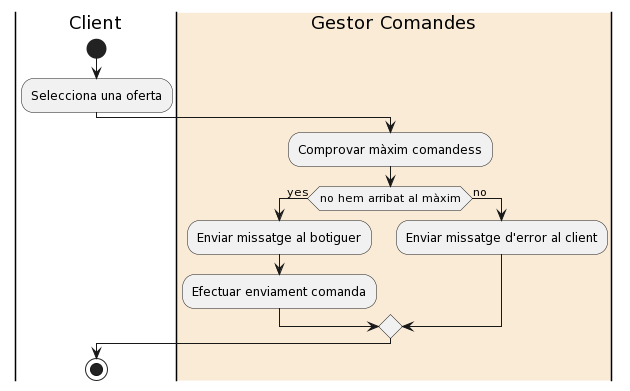
yeray142/es2022uab keeps this PlantUML diagram as diagrams/sprint2_diag_activitats_seleccio_comanda.png. Above is the earlier version. Its diagram source:
```plantuml
@startuml
|Client|
start
:Selecciona una oferta;
|#AntiqueWhite|Gestor Comandes|
:Comprovar màxim comandess;
if (no hem arribat al màxim) then (yes)
  :Enviar missatge al botiguer;
  :Efectuar enviament comanda;
else (no)
  :Enviar missatge d'error al client;
endif
|Client|
stop
@enduml
```
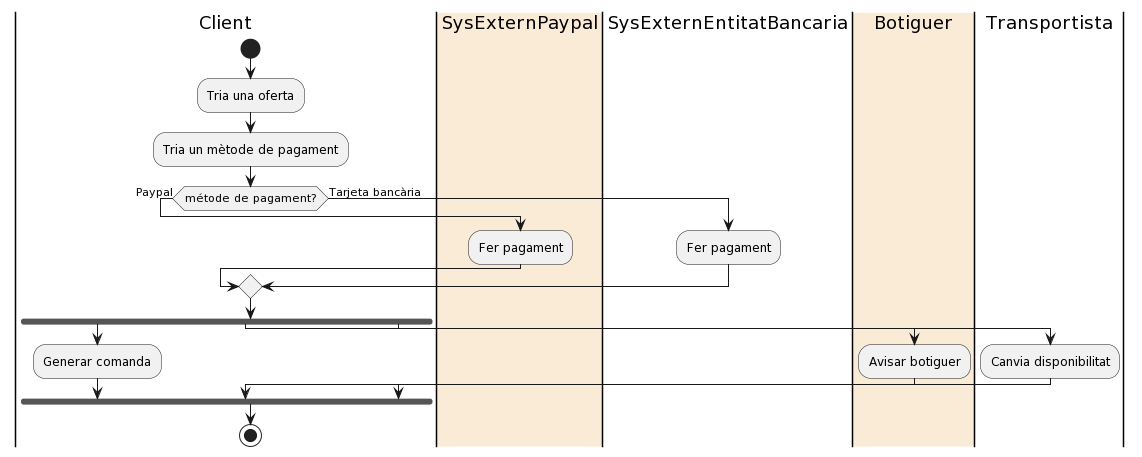
Above is the later version.

Commit message:
Updating diagrama d'activitats selecció comanda

What changed in the source:
```diff
@@ -1,15 +1,32 @@
 @startuml
 |Client|
 start
-:Selecciona una oferta;
-|#AntiqueWhite|Gestor Comandes|
-:Comprovar màxim comandess;
-if (no hem arribat al màxim) then (yes)
-  :Enviar missatge al botiguer;
-  :Efectuar enviament comanda;
-else (no)
-  :Enviar missatge d'error al client;
+
+:Tria una oferta;
+:Tria un mètode de pagament;
+
+if (métode de pagament?) then (Paypal)
+  |#AntiqueWhite|SysExternPaypal|
+  :Fer pagament;
+else (Tarjeta bancària)
+  |SysExternEntitatBancaria|
+  :Fer pagament;
 endif
+
 |Client|
+fork
+  :Generar comanda;
+fork again
+  |#AntiqueWhite|Botiguer|
+  :Avisar botiguer;
+  |Client|
+fork again
+  |Transportista|
+  :Canvia disponibilitat;
+  |Client|
+end fork
+
+
+
 stop
 @enduml
```
